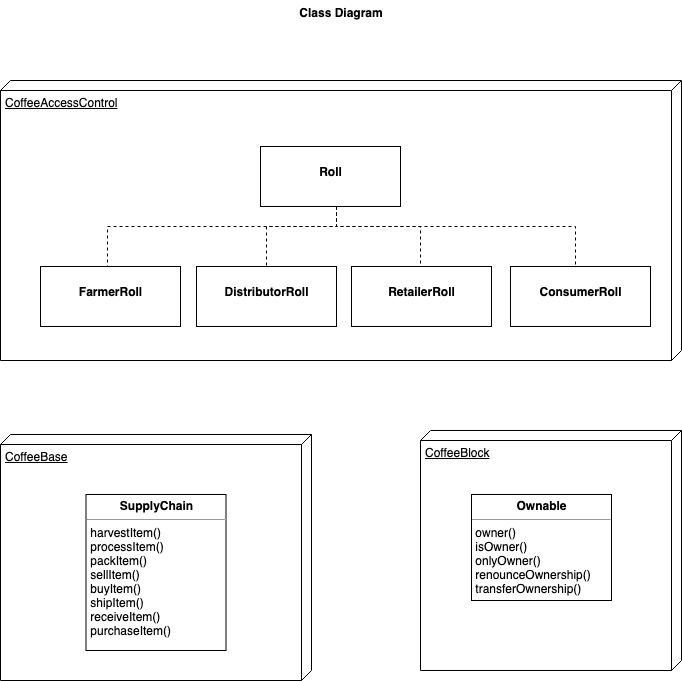
The draw.io diagram uml/Coffee Class Diagram.png in horagong/nd1309-Supply-Chain-Dapp-on-Ethereum, before a commit. Source tidied: cells renumbered, new cells last; positions are measured from the earlier drawing's top-left corner, leaving out a move shared by most shapes.
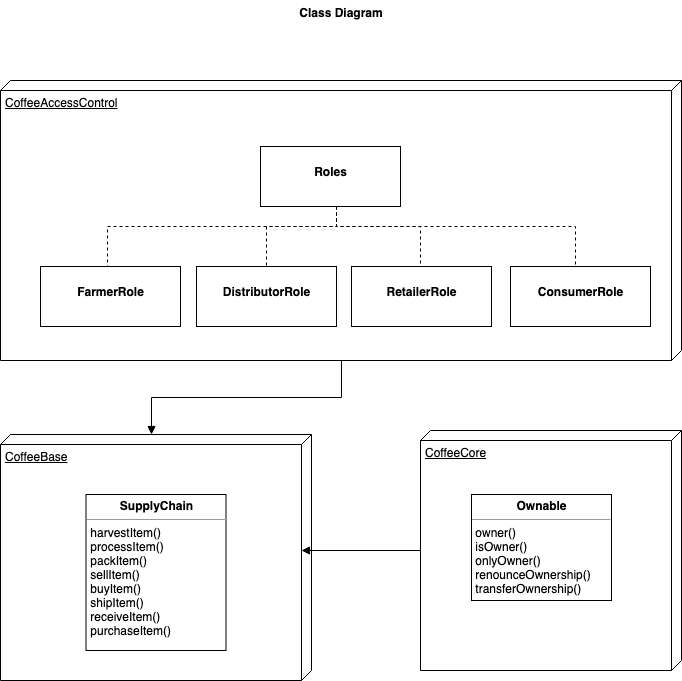
After the commit.

Commit message:
fix typo of the class diagram

Change to the diagram source:
```diff
@@ -2,6 +2,9 @@
   <root>
     <mxCell id="0" />
     <mxCell id="1" parent="0" />
+    <mxCell id="17" style="edgeStyle=orthogonalEdgeStyle;rounded=0;jettySize=auto;html=1;entryX=0;entryY=0.514;entryDx=0;entryDy=0;entryPerimeter=0;endArrow=block;endFill=1;" parent="1" edge="1" source="2" target="12">
+      <mxGeometry relative="1" as="geometry" />
+    </mxCell>
     <mxCell id="2" value="CoffeeAccessControl" style="verticalAlign=top;align=left;spacingTop=8;spacingLeft=2;spacingRight=12;shape=cube;size=10;direction=south;fontStyle=4;html=1;" parent="1" vertex="1">
       <mxGeometry y="80" width="681" height="280" as="geometry" />
     </mxCell>
@@ -44,19 +47,19 @@
         </Array>
       </mxGeometry>
     </mxCell>
-    <mxCell id="7" value="&lt;p style=&quot;margin: 0px ; margin-top: 4px ; text-align: center&quot;&gt;&lt;br&gt;&lt;b&gt;FarmerRoll&lt;/b&gt;&lt;/p&gt;" style="verticalAlign=top;align=left;overflow=fill;fontSize=12;fontFamily=Helvetica;html=1;" parent="1" vertex="1">
+    <mxCell id="7" value="&lt;p style=&quot;margin: 0px ; margin-top: 4px ; text-align: center&quot;&gt;&lt;br&gt;&lt;b&gt;FarmerRole&lt;/b&gt;&lt;/p&gt;" style="verticalAlign=top;align=left;overflow=fill;fontSize=12;fontFamily=Helvetica;html=1;" parent="1" vertex="1">
       <mxGeometry x="40" y="266" width="140" height="60" as="geometry" />
     </mxCell>
-    <mxCell id="8" value="&lt;p style=&quot;margin: 0px ; margin-top: 4px ; text-align: center&quot;&gt;&lt;br&gt;&lt;b&gt;RetailerRoll&lt;/b&gt;&lt;/p&gt;" style="verticalAlign=top;align=left;overflow=fill;fontSize=12;fontFamily=Helvetica;html=1;" parent="1" vertex="1">
+    <mxCell id="8" value="&lt;p style=&quot;margin: 0px ; margin-top: 4px ; text-align: center&quot;&gt;&lt;br&gt;&lt;b&gt;RetailerRole&lt;/b&gt;&lt;/p&gt;" style="verticalAlign=top;align=left;overflow=fill;fontSize=12;fontFamily=Helvetica;html=1;" parent="1" vertex="1">
       <mxGeometry x="351" y="266" width="140" height="60" as="geometry" />
     </mxCell>
-    <mxCell id="9" value="&lt;p style=&quot;margin: 0px ; margin-top: 4px ; text-align: center&quot;&gt;&lt;br&gt;&lt;b&gt;ConsumerRoll&lt;/b&gt;&lt;/p&gt;" style="verticalAlign=top;align=left;overflow=fill;fontSize=12;fontFamily=Helvetica;html=1;" parent="1" vertex="1">
+    <mxCell id="9" value="&lt;p style=&quot;margin: 0px ; margin-top: 4px ; text-align: center&quot;&gt;&lt;br&gt;&lt;b&gt;ConsumerRole&lt;/b&gt;&lt;/p&gt;" style="verticalAlign=top;align=left;overflow=fill;fontSize=12;fontFamily=Helvetica;html=1;" parent="1" vertex="1">
       <mxGeometry x="510" y="266" width="140" height="60" as="geometry" />
     </mxCell>
-    <mxCell id="10" value="&lt;p style=&quot;margin: 0px ; margin-top: 4px ; text-align: center&quot;&gt;&lt;br&gt;&lt;b&gt;Roll&lt;/b&gt;&lt;/p&gt;" style="verticalAlign=top;align=left;overflow=fill;fontSize=12;fontFamily=Helvetica;html=1;" parent="1" vertex="1">
+    <mxCell id="10" value="&lt;p style=&quot;margin: 0px ; margin-top: 4px ; text-align: center&quot;&gt;&lt;br&gt;&lt;b&gt;Roles&lt;/b&gt;&lt;/p&gt;" style="verticalAlign=top;align=left;overflow=fill;fontSize=12;fontFamily=Helvetica;html=1;" parent="1" vertex="1">
       <mxGeometry x="260" y="146" width="140" height="60" as="geometry" />
     </mxCell>
-    <mxCell id="11" value="&lt;p style=&quot;margin: 0px ; margin-top: 4px ; text-align: center&quot;&gt;&lt;br&gt;&lt;b&gt;DistributorRoll&lt;/b&gt;&lt;/p&gt;" style="verticalAlign=top;align=left;overflow=fill;fontSize=12;fontFamily=Helvetica;html=1;" parent="1" vertex="1">
+    <mxCell id="11" value="&lt;p style=&quot;margin: 0px ; margin-top: 4px ; text-align: center&quot;&gt;&lt;br&gt;&lt;b&gt;DistributorRole&lt;/b&gt;&lt;/p&gt;" style="verticalAlign=top;align=left;overflow=fill;fontSize=12;fontFamily=Helvetica;html=1;" parent="1" vertex="1">
       <mxGeometry x="196" y="266" width="140" height="60" as="geometry" />
     </mxCell>
     <mxCell id="12" value="CoffeeBase" style="verticalAlign=top;align=left;spacingTop=8;spacingLeft=2;spacingRight=12;shape=cube;size=10;direction=south;fontStyle=4;html=1;" parent="1" vertex="1">
@@ -65,7 +68,10 @@
     <mxCell id="13" value="&lt;p style=&quot;margin: 0px ; margin-top: 4px ; text-align: center&quot;&gt;&lt;b&gt;SupplyChain&lt;/b&gt;&lt;/p&gt;&lt;hr size=&quot;1&quot;&gt;&lt;div style=&quot;height: 2px&quot;&gt;&amp;nbsp;harvestItem()&lt;br&gt;&amp;nbsp;processItem()&lt;br&gt;&amp;nbsp;packItem()&lt;br&gt;&amp;nbsp;sellItem()&lt;br&gt;&amp;nbsp;buyItem()&lt;br&gt;&amp;nbsp;shipItem()&lt;br&gt;&amp;nbsp;receiveItem()&lt;br&gt;&amp;nbsp;purchaseItem()&lt;/div&gt;&lt;div style=&quot;height: 2px&quot;&gt;&lt;br&gt;&lt;/div&gt;" style="verticalAlign=top;align=left;overflow=fill;fontSize=12;fontFamily=Helvetica;html=1;" parent="1" vertex="1">
       <mxGeometry x="85.5" y="494" width="140" height="156" as="geometry" />
     </mxCell>
+    <mxCell id="18" style="edgeStyle=orthogonalEdgeStyle;rounded=0;jettySize=auto;html=1;entryX=0.472;entryY=0.032;entryDx=0;entryDy=0;entryPerimeter=0;endArrow=block;endFill=1;" parent="1" edge="1" source="14" target="12">
+      <mxGeometry relative="1" as="geometry" />
+    </mxCell>
-    <mxCell id="14" value="CoffeeBlock" style="verticalAlign=top;align=left;spacingTop=8;spacingLeft=2;spacingRight=12;shape=cube;size=10;direction=south;fontStyle=4;html=1;" parent="1" vertex="1">
+    <mxCell id="14" value="CoffeeCore" style="verticalAlign=top;align=left;spacingTop=8;spacingLeft=2;spacingRight=12;shape=cube;size=10;direction=south;fontStyle=4;html=1;" parent="1" vertex="1">
       <mxGeometry x="420" y="430" width="261" height="240" as="geometry" />
     </mxCell>
     <mxCell id="15" value="&lt;p style=&quot;margin: 0px ; margin-top: 4px ; text-align: center&quot;&gt;&lt;b&gt;Ownable&lt;/b&gt;&lt;/p&gt;&lt;hr size=&quot;1&quot;&gt;&lt;div style=&quot;height: 2px&quot;&gt;&amp;nbsp;owner()&amp;nbsp;&lt;br&gt;&amp;nbsp;isOwner()&lt;br&gt;&amp;nbsp;onlyOwner()&lt;br&gt;&amp;nbsp;renounceOwnership()&lt;br&gt;&amp;nbsp;transferOwnership()&lt;/div&gt;" style="verticalAlign=top;align=left;overflow=fill;fontSize=12;fontFamily=Helvetica;html=1;" parent="1" vertex="1">
```
